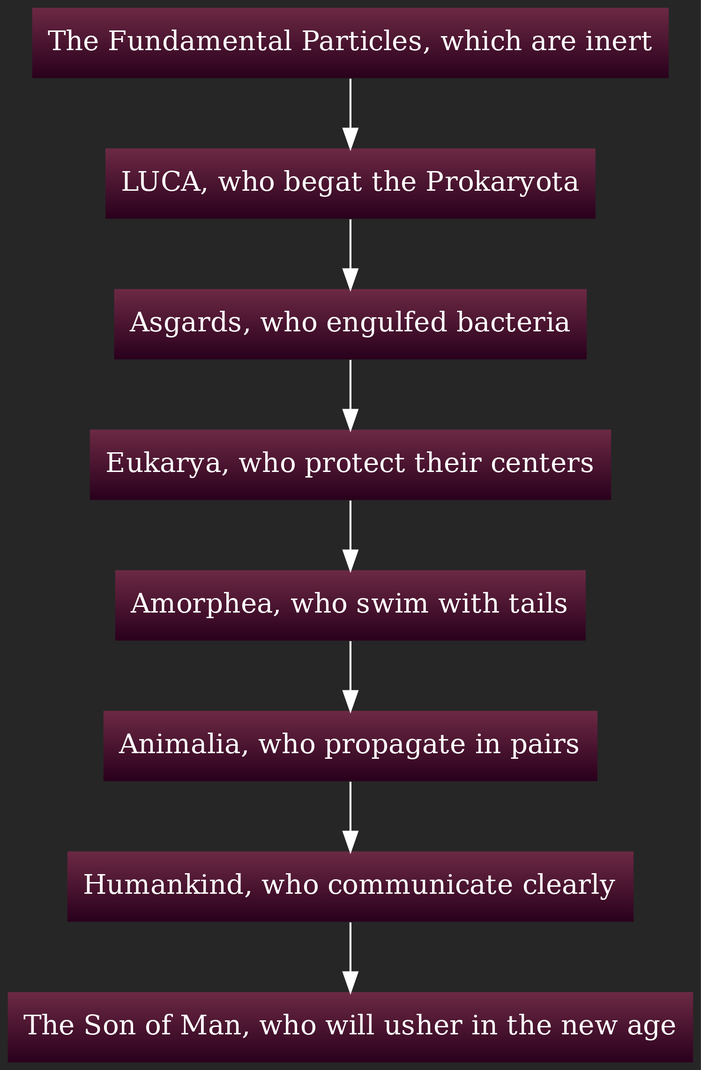
julianfl0w/Deism keeps this Graphviz diagram as graphs/Evolutionary_Lineage.png. Above is the earlier version. Its source is kept beside it as graphs/Evolutionary_Lineage.dot.
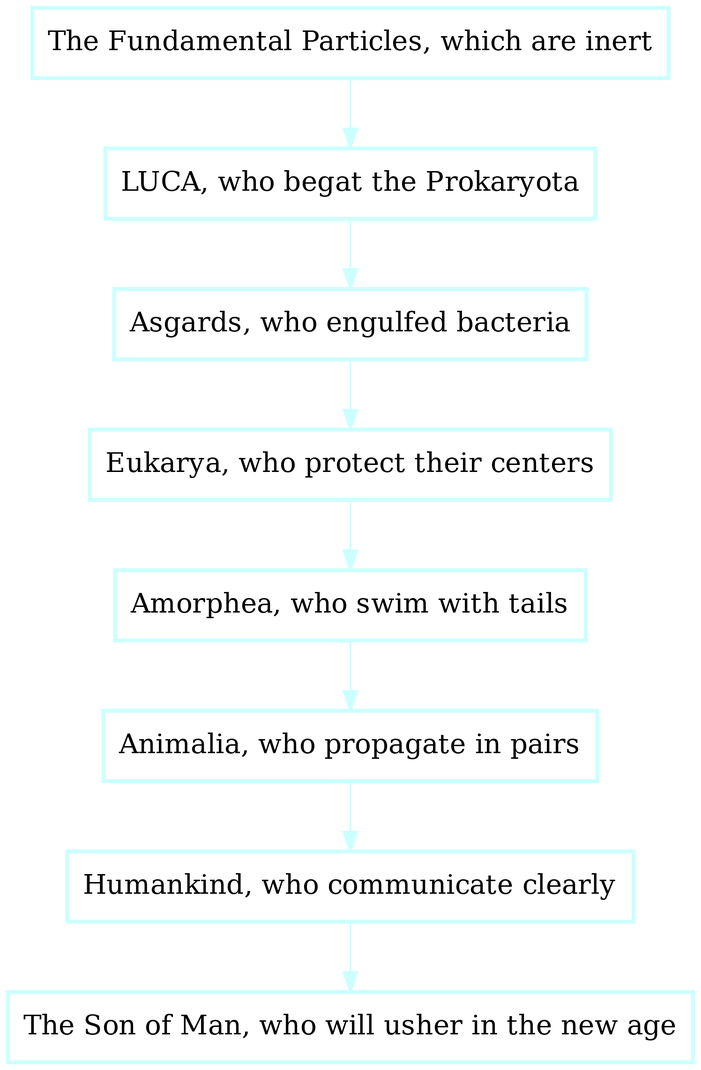
Later version of the same file.

Change to the diagram source:
```diff
@@ -1,24 +1,24 @@
 digraph D {
 rankdir = TB
 style = filled
-fontcolor = white
-color = white
-bgcolor = "#262626"
+fontcolor = black
+color = black
+bgcolor = white
 gradientangle = 0
 dpi = 300
-"cluster_40" [rankdir=TB, shape=box, penwidth=0, color=black, fontcolor=white, fillcolor="#6C2944:#29001C", style=filled, gradientangle=270.05, label="The Fundamental Particles, which are inert"]
-"cluster_41" [rankdir=TB, shape=box, penwidth=0, color=black, fontcolor=white, fillcolor="#6C2944:#29001C", style=filled, gradientangle=270.05, label="LUCA, who begat the Prokaryota"]
-"cluster_42" [rankdir=TB, shape=box, penwidth=0, color=black, fontcolor=white, fillcolor="#6C2944:#29001C", style=filled, gradientangle=270.05, label="Asgards, who engulfed bacteria"]
-"cluster_43" [rankdir=TB, shape=box, penwidth=0, color=black, fontcolor=white, fillcolor="#6C2944:#29001C", style=filled, gradientangle=270.05, label="Eukarya, who protect their centers"]
-"cluster_44" [rankdir=TB, shape=box, penwidth=0, color=black, fontcolor=white, fillcolor="#6C2944:#29001C", style=filled, gradientangle=270.05, label="Amorphea, who swim with tails"]
-"cluster_45" [rankdir=TB, shape=box, penwidth=0, color=black, fontcolor=white, fillcolor="#6C2944:#29001C", style=filled, gradientangle=270.05, label="Animalia, who propagate in pairs"]
-"cluster_46" [rankdir=TB, shape=box, penwidth=0, color=black, fontcolor=white, fillcolor="#6C2944:#29001C", style=filled, gradientangle=270.05, label="Humankind, who communicate clearly"]
-"cluster_47" [rankdir=TB, shape=box, penwidth=0, color=black, fontcolor=white, fillcolor="#6C2944:#29001C", style=filled, gradientangle=270.05, label="The Son of Man, who will usher in the new age"]
-"cluster_46" -> "cluster_47" [color=white, penwidth=1, ltail="cluster_46", lhead="cluster_47"]
-"cluster_45" -> "cluster_46" [color=white, penwidth=1, ltail="cluster_46", lhead="cluster_47"]
-"cluster_44" -> "cluster_45" [color=white, penwidth=1, ltail="cluster_46", lhead="cluster_47"]
-"cluster_43" -> "cluster_44" [color=white, penwidth=1, ltail="cluster_46", lhead="cluster_47"]
-"cluster_42" -> "cluster_43" [color=white, penwidth=1, ltail="cluster_46", lhead="cluster_47"]
-"cluster_41" -> "cluster_42" [color=white, penwidth=1, ltail="cluster_46", lhead="cluster_47"]
-"cluster_40" -> "cluster_41" [color=white, penwidth=1, ltail="cluster_46", lhead="cluster_47"]
+"cluster_40" [rankdir=TB, shape=box, penwidth=2, color="#ccffff", fontcolor=black, fillcolor=white, style=filled, gradientangle=270.05, label="The Fundamental Particles, which are inert"]
+"cluster_41" [rankdir=TB, shape=box, penwidth=2, color="#ccffff", fontcolor=black, fillcolor=white, style=filled, gradientangle=270.05, label="LUCA, who begat the Prokaryota"]
+"cluster_42" [rankdir=TB, shape=box, penwidth=2, color="#ccffff", fontcolor=black, fillcolor=white, style=filled, gradientangle=270.05, label="Asgards, who engulfed bacteria"]
+"cluster_43" [rankdir=TB, shape=box, penwidth=2, color="#ccffff", fontcolor=black, fillcolor=white, style=filled, gradientangle=270.05, label="Eukarya, who protect their centers"]
+"cluster_44" [rankdir=TB, shape=box, penwidth=2, color="#ccffff", fontcolor=black, fillcolor=white, style=filled, gradientangle=270.05, label="Amorphea, who swim with tails"]
+"cluster_45" [rankdir=TB, shape=box, penwidth=2, color="#ccffff", fontcolor=black, fillcolor=white, style=filled, gradientangle=270.05, label="Animalia, who propagate in pairs"]
+"cluster_46" [rankdir=TB, shape=box, penwidth=2, color="#ccffff", fontcolor=black, fillcolor=white, style=filled, gradientangle=270.05, label="Humankind, who communicate clearly"]
+"cluster_47" [rankdir=TB, shape=box, penwidth=2, color="#ccffff", fontcolor=black, fillcolor=white, style=filled, gradientangle=270.05, label="The Son of Man, who will usher in the new age"]
+"cluster_46" -> "cluster_47" [color="#ccffff", penwidth=1, ltail="cluster_46", lhead="cluster_47"]
+"cluster_45" -> "cluster_46" [color="#ccffff", penwidth=1, ltail="cluster_46", lhead="cluster_47"]
+"cluster_44" -> "cluster_45" [color="#ccffff", penwidth=1, ltail="cluster_46", lhead="cluster_47"]
+"cluster_43" -> "cluster_44" [color="#ccffff", penwidth=1, ltail="cluster_46", lhead="cluster_47"]
+"cluster_42" -> "cluster_43" [color="#ccffff", penwidth=1, ltail="cluster_46", lhead="cluster_47"]
+"cluster_41" -> "cluster_42" [color="#ccffff", penwidth=1, ltail="cluster_46", lhead="cluster_47"]
+"cluster_40" -> "cluster_41" [color="#ccffff", penwidth=1, ltail="cluster_46", lhead="cluster_47"]
 }
```
